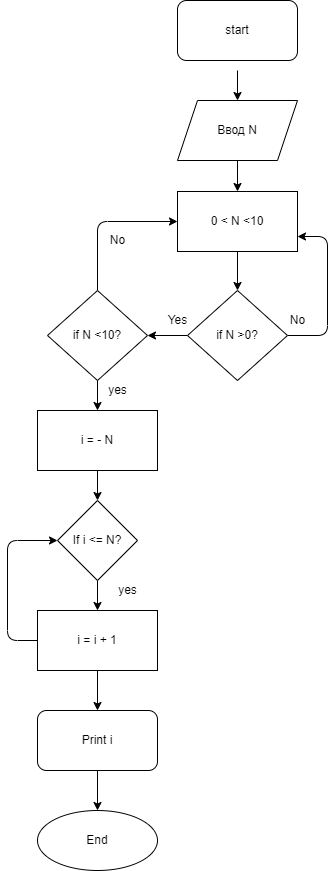
This is block.drawio.png from MishaNesterov/GeekBrains-lesson3-, a draw.io export, as it was before one commit. Source tidied: cells renumbered, new cells last; positions are measured from the earlier drawing's top-left corner, leaving out a move shared by most shapes.
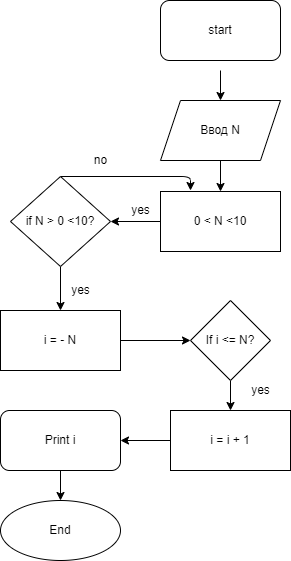
After the commit.

Commit message:
Переделал внешний вид блок схемы

Diff of the diagram source:
```diff
@@ -13,91 +13,67 @@
     <mxCell id="4" value="Ввод N" style="shape=parallelogram;perimeter=parallelogramPerimeter;whiteSpace=wrap;html=1;fixedSize=1;" parent="1" vertex="1">
       <mxGeometry x="170" y="100" width="120" height="60" as="geometry" />
     </mxCell>
-    <mxCell id="5" style="edgeStyle=none;html=1;" parent="1" edge="1" source="7" target="14">
-      <mxGeometry relative="1" as="geometry" />
-    </mxCell>
-    <mxCell id="6" style="edgeStyle=none;html=1;entryX=1;entryY=0.75;entryDx=0;entryDy=0;" parent="1" edge="1" source="7" target="11">
-      <mxGeometry relative="1" as="geometry">
-        <Array as="points">
-          <mxPoint x="320" y="335" />
-          <mxPoint x="320" y="236" />
-        </Array>
-      </mxGeometry>
-    </mxCell>
-    <mxCell id="7" value="if N &amp;gt;0?" style="rhombus;whiteSpace=wrap;html=1;" parent="1" vertex="1">
-      <mxGeometry x="180" y="290" width="100" height="90" as="geometry" />
-    </mxCell>
     <mxCell id="8" style="edgeStyle=none;html=1;" parent="1" edge="1" source="9" target="16">
       <mxGeometry relative="1" as="geometry" />
     </mxCell>
     <mxCell id="9" value="i = - N" style="whiteSpace=wrap;html=1;" parent="1" vertex="1">
-      <mxGeometry x="30" y="410" width="120" height="60" as="geometry" />
+      <mxGeometry x="10" y="310" width="120" height="60" as="geometry" />
     </mxCell>
-    <mxCell id="10" style="edgeStyle=none;html=1;" parent="1" edge="1" source="11" target="7">
-      <mxGeometry relative="1" as="geometry" />
-    </mxCell>
+    <mxCell id="29" style="edgeStyle=none;html=1;" parent="1" edge="1" source="11" target="14">
+      <mxGeometry relative="1" as="geometry" />
+    </mxCell>
     <mxCell id="11" value="0 &amp;lt; N &amp;lt;10" style="whiteSpace=wrap;html=1;" parent="1" vertex="1">
       <mxGeometry x="170" y="191" width="120" height="60" as="geometry" />
     </mxCell>
     <mxCell id="12" style="edgeStyle=none;html=1;" parent="1" edge="1" source="14" target="9">
       <mxGeometry relative="1" as="geometry" />
     </mxCell>
-    <mxCell id="13" style="edgeStyle=none;html=1;entryX=0;entryY=0.5;entryDx=0;entryDy=0;" parent="1" edge="1" source="14" target="11">
-      <mxGeometry relative="1" as="geometry">
-        <Array as="points">
-          <mxPoint x="90" y="221" />
-        </Array>
-      </mxGeometry>
-    </mxCell>
+    <mxCell id="30" style="edgeStyle=none;html=1;exitX=0.5;exitY=0;exitDx=0;exitDy=0;" parent="1" edge="1" source="14">
+      <mxGeometry relative="1" as="geometry">
+        <mxPoint x="200" y="190" as="targetPoint" />
+        <Array as="points">
+          <mxPoint x="200" y="176" />
+        </Array>
+      </mxGeometry>
+    </mxCell>
-    <mxCell id="14" value="if N &amp;lt;10?" style="rhombus;whiteSpace=wrap;html=1;" parent="1" vertex="1">
-      <mxGeometry x="40" y="290" width="100" height="90" as="geometry" />
+    <mxCell id="14" value="if N &amp;gt; 0 &amp;lt;10?" style="rhombus;whiteSpace=wrap;html=1;" parent="1" vertex="1">
+      <mxGeometry x="20" y="176" width="100" height="90" as="geometry" />
     </mxCell>
     <mxCell id="15" style="edgeStyle=none;html=1;" parent="1" edge="1" source="16" target="19">
       <mxGeometry relative="1" as="geometry" />
     </mxCell>
     <mxCell id="16" value="If i &amp;lt;= N?" style="rhombus;whiteSpace=wrap;html=1;" parent="1" vertex="1">
-      <mxGeometry x="50" y="500" width="80" height="80" as="geometry" />
+      <mxGeometry x="200" y="300" width="80" height="80" as="geometry" />
     </mxCell>
     <mxCell id="17" style="edgeStyle=none;html=1;" parent="1" edge="1" source="19" target="21">
       <mxGeometry relative="1" as="geometry" />
     </mxCell>
-    <mxCell id="18" style="edgeStyle=none;html=1;entryX=0;entryY=0.5;entryDx=0;entryDy=0;" parent="1" edge="1" source="19" target="16">
-      <mxGeometry relative="1" as="geometry">
-        <Array as="points">
-          <mxPoint y="640" />
-          <mxPoint y="540" />
-        </Array>
-      </mxGeometry>
-    </mxCell>
     <mxCell id="19" value="i = i + 1" style="whiteSpace=wrap;html=1;" parent="1" vertex="1">
-      <mxGeometry x="30" y="610" width="120" height="60" as="geometry" />
+      <mxGeometry x="180" y="410" width="120" height="60" as="geometry" />
     </mxCell>
     <mxCell id="20" style="edgeStyle=none;html=1;" parent="1" edge="1" source="21" target="27">
       <mxGeometry relative="1" as="geometry" />
     </mxCell>
     <mxCell id="21" value="Print i" style="rounded=1;whiteSpace=wrap;html=1;" parent="1" vertex="1">
-      <mxGeometry x="30" y="710" width="120" height="60" as="geometry" />
+      <mxGeometry x="10" y="410" width="120" height="60" as="geometry" />
     </mxCell>
-    <mxCell id="22" value="No" style="text;html=1;align=center;verticalAlign=middle;strokeColor=none;fillColor=none;" parent="1" vertex="1">
-      <mxGeometry x="275" y="310" width="30" height="20" as="geometry" />
-    </mxCell>
-    <mxCell id="23" value="Yes" style="text;html=1;align=center;verticalAlign=middle;strokeColor=none;fillColor=none;" parent="1" vertex="1">
-      <mxGeometry x="150" y="310" width="40" height="20" as="geometry" />
-    </mxCell>
-    <mxCell id="24" value="No" style="text;html=1;align=center;verticalAlign=middle;strokeColor=none;fillColor=none;" parent="1" vertex="1">
-      <mxGeometry x="95" y="230" width="30" height="20" as="geometry" />
-    </mxCell>
     <mxCell id="25" value="yes&lt;br&gt;" style="text;html=1;align=center;verticalAlign=middle;strokeColor=none;fillColor=none;" parent="1" vertex="1">
-      <mxGeometry x="95" y="380" width="30" height="20" as="geometry" />
+      <mxGeometry x="75" y="280" width="30" height="20" as="geometry" />
     </mxCell>
     <mxCell id="26" value="yes" style="text;html=1;align=center;verticalAlign=middle;strokeColor=none;fillColor=none;" parent="1" vertex="1">
-      <mxGeometry x="105" y="580" width="30" height="20" as="geometry" />
+      <mxGeometry x="255" y="380" width="30" height="20" as="geometry" />
     </mxCell>
     <mxCell id="27" value="End" style="ellipse;whiteSpace=wrap;html=1;rounded=1;" parent="1" vertex="1">
-      <mxGeometry x="30" y="810" width="120" height="60" as="geometry" />
+      <mxGeometry x="10" y="500" width="120" height="60" as="geometry" />
     </mxCell>
     <mxCell id="28" value="start" style="rounded=1;whiteSpace=wrap;html=1;" parent="1" vertex="1">
       <mxGeometry x="170" width="120" height="60" as="geometry" />
     </mxCell>
+    <mxCell id="31" value="yes" style="text;html=1;align=center;verticalAlign=middle;strokeColor=none;fillColor=none;" parent="1" vertex="1">
+      <mxGeometry x="135" y="200" width="30" height="20" as="geometry" />
+    </mxCell>
+    <mxCell id="32" value="no" style="text;html=1;align=center;verticalAlign=middle;strokeColor=none;fillColor=none;" parent="1" vertex="1">
+      <mxGeometry x="95" y="150" width="30" height="20" as="geometry" />
+    </mxCell>
   </root>
 </mxGraphModel>
```
